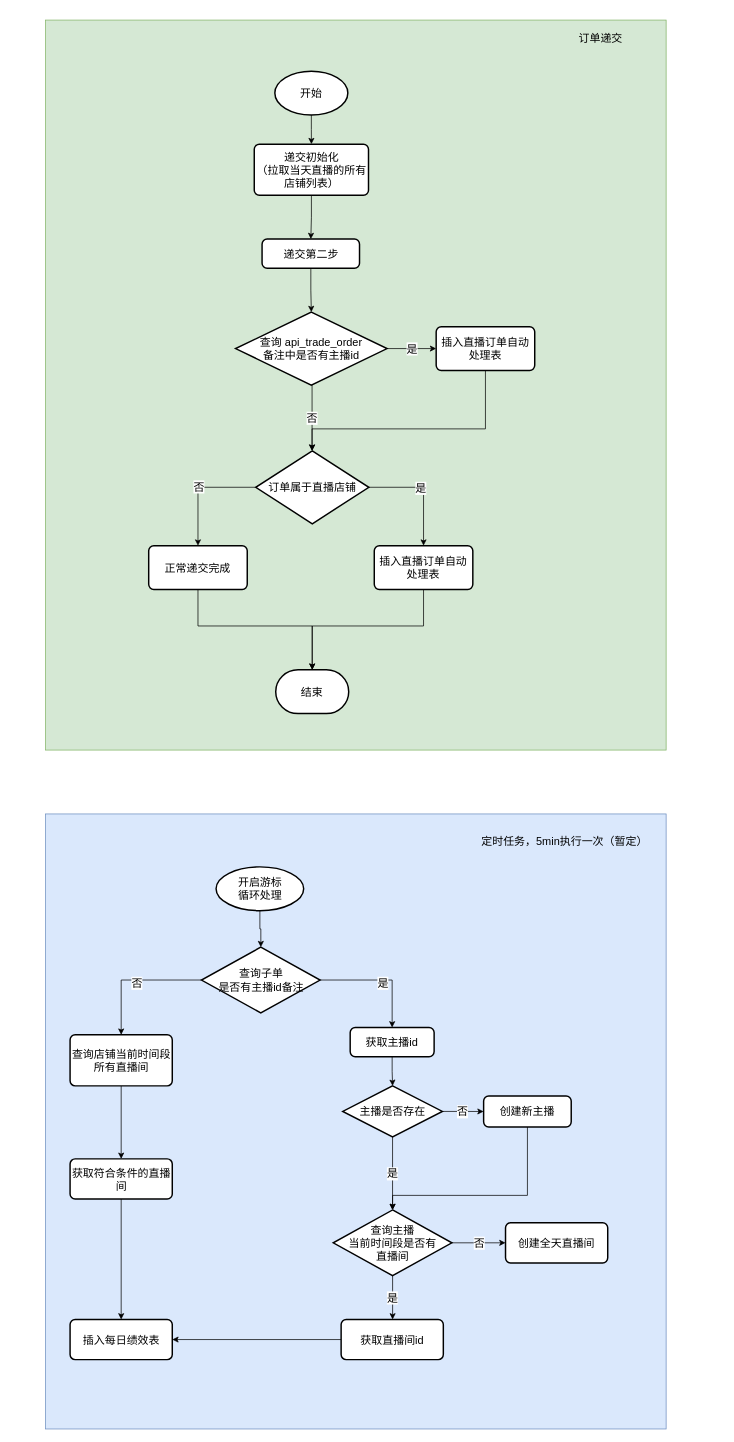
letmesayok/MdPic keeps this draw.io diagram as 直播绩效.drawio. Above is the earlier version. Source tidied: cells renumbered, new cells numbered last; positions are measured from the earlier drawing's top-left corner, leaving out a move shared by most shapes. Both pictures are drawn from the tidied source at 73%, with x=0, y=0 at pixel (45, 12).
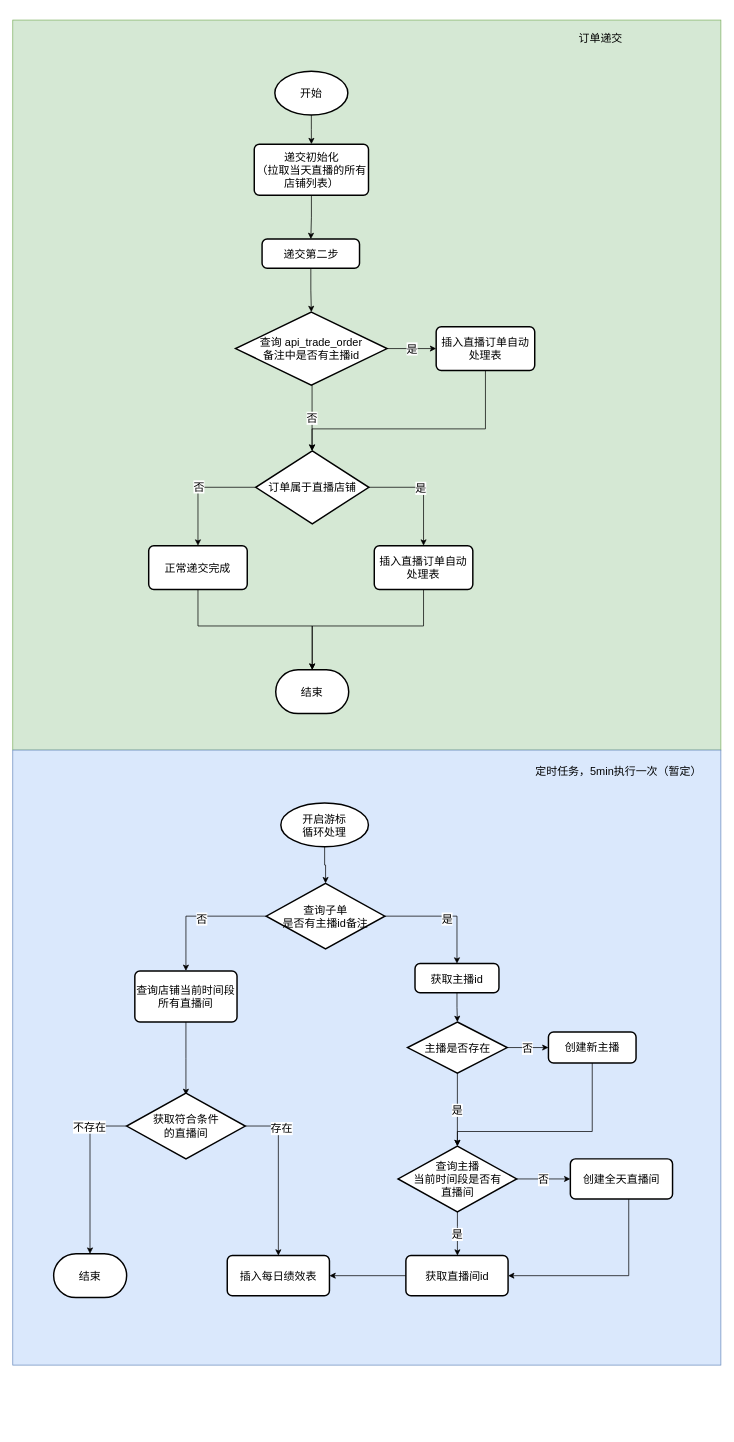
After the change.

Commit message (it also covers changes not shown here):
更新直播绩效.drawio

The edit, as a diff of the source:
```diff
@@
     <mxCell id="2" style="whiteSpace=wrap;html=1;fontFamily=Helvetica;fontSize=15;fillColor=#d5e8d4;strokeColor=#82b366;" parent="1" vertex="1">
-      <mxGeometry y="10" width="850" height="1000" as="geometry" />
+      <mxGeometry x="-45" y="10" width="970" height="1000" as="geometry" />
     </mxCell>
     <mxCell id="3" style="whiteSpace=wrap;html=1;fontFamily=Helvetica;fontSize=15;fillColor=#dae8fc;strokeColor=#6c8ebf;" parent="1" vertex="1">
-      <mxGeometry y="1097.5" width="850" height="842.5" as="geometry" />
+      <mxGeometry x="-45" y="1010" width="970" height="842.5" as="geometry" />
     </mxCell>
@@
     <mxCell id="21" value="定时任务，5min执行一次（暂定）" style="text;html=1;strokeColor=none;fillColor=none;align=center;verticalAlign=middle;whiteSpace=wrap;rounded=0;fontFamily=Helvetica;fontSize=15;" parent="1" vertex="1">
-      <mxGeometry x="590.5" y="1120" width="240" height="30" as="geometry" />
+      <mxGeometry x="665" y="1022.5" width="240" height="30" as="geometry" />
     </mxCell>
@@
     <mxCell id="24" style="edgeStyle=orthogonalEdgeStyle;rounded=0;jettySize=auto;html=1;fontFamily=Helvetica;fontSize=15;" parent="1" edge="1" source="26" target="35">
       <mxGeometry relative="1" as="geometry">
         <Array as="points">
-          <mxPoint x="103.5" y="1325" />
+          <mxPoint x="192.2" y="1237.5" />
         </Array>
       </mxGeometry>
     </mxCell>
@@
     <mxCell id="26" value="查询子单&lt;br&gt;是否有主播id备注" style="strokeWidth=2;html=1;shape=mxgraph.flowchart.decision;whiteSpace=wrap;fontFamily=Helvetica;fontSize=15;" parent="1" vertex="1">
-      <mxGeometry x="213.5" y="1280" width="162.5" height="90" as="geometry" />
+      <mxGeometry x="302.2" y="1192.5" width="162.5" height="90" as="geometry" />
     </mxCell>
@@
     <mxCell id="28" value="获取主播id" style="rounded=1;whiteSpace=wrap;html=1;absoluteArcSize=1;arcSize=14;strokeWidth=2;fontFamily=Helvetica;fontSize=15;" parent="1" vertex="1">
-      <mxGeometry x="417.2" y="1390" width="115" height="40" as="geometry" />
+      <mxGeometry x="506" y="1302.5" width="115" height="40" as="geometry" />
     </mxCell>
@@
     <mxCell id="30" value="开启游标&lt;br&gt;循环处理" style="strokeWidth=2;html=1;shape=mxgraph.flowchart.start_1;whiteSpace=wrap;fontFamily=Helvetica;fontSize=15;" parent="1" vertex="1">
-      <mxGeometry x="233.5" y="1170" width="120" height="60" as="geometry" />
+      <mxGeometry x="322.2" y="1082.5" width="120" height="60" as="geometry" />
     </mxCell>
@@
     <mxCell id="32" value="是" style="edgeStyle=orthogonalEdgeStyle;rounded=0;jettySize=auto;html=1;fontFamily=Helvetica;fontSize=15;" parent="1" edge="1" source="33" target="41">
       <mxGeometry relative="1" as="geometry">
         <Array as="points">
-          <mxPoint x="475" y="1750" />
-          <mxPoint x="475" y="1750" />
+          <mxPoint x="563.8" y="1662.5" />
+          <mxPoint x="563.8" y="1662.5" />
         </Array>
       </mxGeometry>
     </mxCell>
     <mxCell id="33" value="查询主播&lt;br&gt;当前时间段是否有&lt;br&gt;直播间" style="strokeWidth=2;html=1;shape=mxgraph.flowchart.decision;whiteSpace=wrap;fontFamily=Helvetica;fontSize=15;" parent="1" vertex="1">
-      <mxGeometry x="394" y="1640" width="162.5" height="90" as="geometry" />
+      <mxGeometry x="482.8" y="1552.5" width="162.5" height="90" as="geometry" />
     </mxCell>
-    <mxCell id="34" style="edgeStyle=orthogonalEdgeStyle;rounded=0;jettySize=auto;html=1;fontFamily=Helvetica;fontSize=15;" parent="1" edge="1" source="35" target="37">
-      <mxGeometry relative="1" as="geometry" />
+    <mxCell id="34" style="edgeStyle=orthogonalEdgeStyle;rounded=0;jettySize=auto;html=1;fontFamily=Helvetica;fontSize=15;" parent="1" edge="1" source="35">
+      <mxGeometry relative="1" as="geometry">
+        <mxPoint x="192.2" y="1482.5" as="targetPoint" />
+      </mxGeometry>
     </mxCell>
     <mxCell id="35" value="查询店铺当前时间段所有直播间" style="rounded=1;whiteSpace=wrap;html=1;absoluteArcSize=1;arcSize=14;strokeWidth=2;fontFamily=Helvetica;fontSize=15;" parent="1" vertex="1">
-      <mxGeometry x="33.5" y="1400" width="140" height="70" as="geometry" />
+      <mxGeometry x="122.2" y="1312.5" width="140" height="70" as="geometry" />
     </mxCell>
-    <mxCell id="36" style="edgeStyle=orthogonalEdgeStyle;rounded=0;jettySize=auto;html=1;fontFamily=Helvetica;fontSize=15;" parent="1" edge="1" source="37" target="38">
-      <mxGeometry relative="1" as="geometry" />
-    </mxCell>
-    <mxCell id="37" value="获取符合条件的直播间" style="rounded=1;whiteSpace=wrap;html=1;absoluteArcSize=1;arcSize=14;strokeWidth=2;fontFamily=Helvetica;fontSize=15;" parent="1" vertex="1">
-      <mxGeometry x="33.5" y="1570" width="140" height="55" as="geometry" />
-    </mxCell>
     <mxCell id="38" value="插入每日绩效表" style="rounded=1;whiteSpace=wrap;html=1;absoluteArcSize=1;arcSize=14;strokeWidth=2;fontFamily=Helvetica;fontSize=15;" parent="1" vertex="1">
-      <mxGeometry x="33.5" y="1790" width="140" height="55" as="geometry" />
+      <mxGeometry x="248.8" y="1702.5" width="140" height="55" as="geometry" />
     </mxCell>
+    <mxCell id="52" style="edgeStyle=orthogonalEdgeStyle;rounded=0;jettySize=auto;html=1;entryX=1;entryY=0.5;entryDx=0;entryDy=0;fontFamily=Helvetica;fontSize=15;" parent="1" edge="1" source="39" target="41">
+      <mxGeometry relative="1" as="geometry">
+        <Array as="points">
+          <mxPoint x="798.8" y="1730.5" />
+        </Array>
+      </mxGeometry>
+    </mxCell>
     <mxCell id="39" value="创建全天直播间" style="rounded=1;whiteSpace=wrap;html=1;absoluteArcSize=1;arcSize=14;strokeWidth=2;fontFamily=Helvetica;fontSize=15;" parent="1" vertex="1">
-      <mxGeometry x="630" y="1657.5" width="140" height="55" as="geometry" />
+      <mxGeometry x="718.8" y="1570" width="140" height="55" as="geometry" />
     </mxCell>
@@
     <mxCell id="41" value="获取直播间id" style="rounded=1;whiteSpace=wrap;html=1;absoluteArcSize=1;arcSize=14;strokeWidth=2;fontFamily=Helvetica;fontSize=15;" parent="1" vertex="1">
-      <mxGeometry x="404.8" y="1790" width="140" height="55" as="geometry" />
+      <mxGeometry x="493.5" y="1702.5" width="140" height="55" as="geometry" />
     </mxCell>
@@
     <mxCell id="49" value="主播是否存在" style="strokeWidth=2;html=1;shape=mxgraph.flowchart.decision;whiteSpace=wrap;fontFamily=Helvetica;fontSize=15;" parent="1" vertex="1">
-      <mxGeometry x="407" y="1470" width="136.5" height="70" as="geometry" />
+      <mxGeometry x="495.8" y="1382.5" width="136.5" height="70" as="geometry" />
     </mxCell>
     <mxCell id="50" style="edgeStyle=orthogonalEdgeStyle;rounded=0;jettySize=auto;html=1;entryX=0.5;entryY=0;entryDx=0;entryDy=0;entryPerimeter=0;fontFamily=Helvetica;fontSize=15;" parent="1" edge="1" source="51" target="33">
       <mxGeometry relative="1" as="geometry">
         <Array as="points">
-          <mxPoint x="660" y="1620" />
-          <mxPoint x="475" y="1620" />
+          <mxPoint x="748.8" y="1532.5" />
+          <mxPoint x="563.8" y="1532.5" />
         </Array>
       </mxGeometry>
     </mxCell>
     <mxCell id="51" value="创建新主播" style="rounded=1;whiteSpace=wrap;html=1;absoluteArcSize=1;arcSize=14;strokeWidth=2;fontFamily=Helvetica;fontSize=15;" parent="1" vertex="1">
-      <mxGeometry x="600" y="1483.8" width="120" height="42.5" as="geometry" />
+      <mxGeometry x="688.8" y="1396.2" width="120" height="42.5" as="geometry" />
     </mxCell>
+    <mxCell id="53" style="edgeStyle=orthogonalEdgeStyle;rounded=0;jettySize=auto;html=1;fontFamily=Helvetica;fontSize=15;" parent="1" edge="1" source="57" target="38">
+      <mxGeometry relative="1" as="geometry">
+        <Array as="points">
+          <mxPoint x="318.8" y="1524.5" />
+        </Array>
+      </mxGeometry>
+    </mxCell>
+    <mxCell id="54" value="存在" style="edgeLabel;html=1;align=center;verticalAlign=middle;fontSize=15;fontFamily=Helvetica;" parent="53" vertex="1">
+      <mxGeometry x="-0.57" y="4" relative="1" as="geometry" />
+    </mxCell>
+    <mxCell id="55" style="edgeStyle=orthogonalEdgeStyle;rounded=0;jettySize=auto;html=1;fontFamily=Helvetica;fontSize=15;" parent="1" edge="1" source="57" target="58">
+      <mxGeometry relative="1" as="geometry">
+        <Array as="points">
+          <mxPoint x="60.8" y="1524.5" />
+        </Array>
+      </mxGeometry>
+    </mxCell>
+    <mxCell id="56" value="不存在" style="edgeLabel;html=1;align=center;verticalAlign=middle;fontSize=15;fontFamily=Helvetica;" parent="55" vertex="1">
+      <mxGeometry x="-0.55" y="-1" relative="1" as="geometry" />
+    </mxCell>
+    <mxCell id="57" value="获取符合条件&lt;br&gt;的直播间" style="strokeWidth=2;html=1;shape=mxgraph.flowchart.decision;whiteSpace=wrap;fontFamily=Helvetica;fontSize=15;" parent="1" vertex="1">
+      <mxGeometry x="111" y="1480" width="162.5" height="90" as="geometry" />
+    </mxCell>
+    <mxCell id="58" value="结束" style="strokeWidth=2;html=1;shape=mxgraph.flowchart.terminator;whiteSpace=wrap;fontFamily=Helvetica;fontSize=15;" parent="1" vertex="1">
+      <mxGeometry x="11" y="1700" width="100" height="60" as="geometry" />
+    </mxCell>
```
